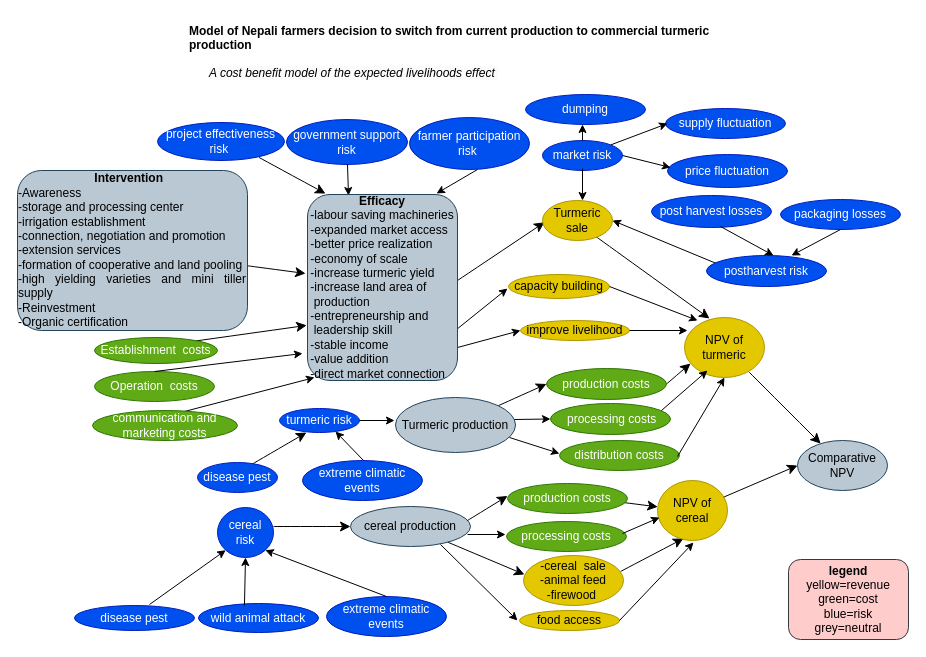
Before: Updated Diagram.drawio in AditiBista/nepal_turmeric, a draw.io diagram. Source tidied: cells renumbered, new cells numbered last; positions are measured from the earlier drawing's top-left corner, leaving out a move shared by most shapes. Both pictures are drawn from the tidied source at 100%, with x=0, y=0 at pixel (17, 17).
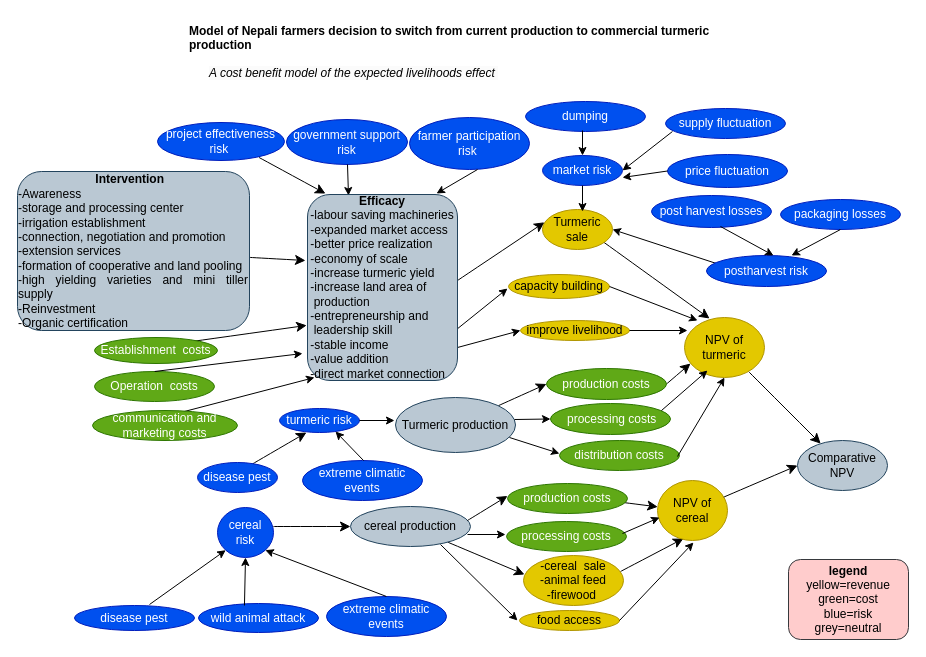
The same page after the edit.

Unchanged cells that the change refers to:
```xml
<mxCell id="80" value="price fluctuation" style="ellipse;whiteSpace=wrap;html=1;fillColor=#0050ef;fontColor=#ffffff;strokeColor=#001DBC;" parent="1" vertex="1">
  <mxGeometry x="650" y="137" width="120" height="33" as="geometry" />
</mxCell>
<mxCell id="81" value="supply fluctuation" style="ellipse;whiteSpace=wrap;html=1;fillColor=#0050ef;fontColor=#ffffff;strokeColor=#001DBC;" parent="1" vertex="1">
  <mxGeometry x="648" y="91" width="120" height="30" as="geometry" />
</mxCell>
```

Diff of the diagram source:
```diff
@@
-    <mxCell id="11" style="edgeStyle=none;curved=1;rounded=0;jettySize=auto;html=1;fontSize=12;startSize=8;endSize=8;entryX=-0.012;entryY=0.456;entryDx=0;entryDy=0;strokeWidth=1;entryPerimeter=0;" parent="1" edge="1" source="47">
+    <mxCell id="11" style="edgeStyle=none;curved=1;rounded=0;jettySize=auto;html=1;fontSize=12;startSize=8;endSize=8;strokeWidth=1;" parent="1" edge="1" source="47">
       <mxGeometry relative="1" as="geometry">
-        <mxPoint x="288.1" y="256" as="targetPoint" />
+        <mxPoint x="288" y="243" as="targetPoint" />
       </mxGeometry>
     </mxCell>
@@
     <mxCell id="18" value="&lt;font style=&quot;font-size: 12px;&quot;&gt;Turmeric sale&lt;/font&gt;" style="ellipse;whiteSpace=wrap;html=1;fontSize=12;strokeWidth=1;labelBackgroundColor=none;fillColor=#e3c800;fontColor=#000000;strokeColor=#B09500;" parent="1" vertex="1">
-      <mxGeometry x="525" y="183" width="70" height="40" as="geometry" />
+      <mxGeometry x="525" y="192" width="70" height="40" as="geometry" />
     </mxCell>
@@
     <mxCell id="47" value="&lt;b&gt;Intervention&amp;nbsp;&amp;nbsp;&lt;/b&gt;&lt;br&gt;&lt;div style=&quot;text-align: justify;&quot;&gt;-Awareness&lt;/div&gt;&lt;div style=&quot;text-align: justify;&quot;&gt;-storage and processing center&lt;/div&gt;&lt;div style=&quot;text-align: justify;&quot;&gt;-irrigation establishment&lt;/div&gt;&lt;div style=&quot;text-align: justify;&quot;&gt;-connection, negotiation and promotion&lt;/div&gt;&lt;div style=&quot;text-align: justify;&quot;&gt;-extension services&lt;/div&gt;&lt;div style=&quot;text-align: justify;&quot;&gt;-formation of cooperative and land pooling&amp;nbsp;&lt;/div&gt;&lt;div style=&quot;text-align: justify;&quot;&gt;-high yielding varieties and mini tiller supply&lt;/div&gt;&lt;div style=&quot;text-align: justify;&quot;&gt;-Reinvestment&lt;/div&gt;&lt;div style=&quot;text-align: justify;&quot;&gt;-Organic certification&lt;/div&gt;" style="rounded=1;whiteSpace=wrap;html=1;fillColor=#bac8d3;strokeColor=#23445d;" parent="1" vertex="1">
-      <mxGeometry y="153" width="230" height="160" as="geometry" />
+      <mxGeometry y="154" width="232" height="159" as="geometry" />
     </mxCell>
     <mxCell id="48" value="market risk" style="ellipse;whiteSpace=wrap;html=1;labelBackgroundColor=none;fillColor=#0050ef;fontColor=#ffffff;strokeColor=#001DBC;" parent="1" vertex="1">
-      <mxGeometry x="525" y="123" width="80" height="30" as="geometry" />
+      <mxGeometry x="525" y="138" width="80" height="30" as="geometry" />
     </mxCell>
-    <mxCell id="49" style="endArrow=classic;html=1;rounded=0;entryX=0.743;entryY=0.05;entryDx=0;entryDy=0;entryPerimeter=0;" parent="1" edge="1">
+    <mxCell id="49" style="endArrow=classic;html=1;rounded=0;entryX=0.743;entryY=0.05;entryDx=0;entryDy=0;entryPerimeter=0;exitX=0.5;exitY=1;exitDx=0;exitDy=0;" parent="1" edge="1" source="48">
       <mxGeometry relative="1" as="geometry">
-        <mxPoint x="565" y="151" as="sourcePoint" />
-        <mxPoint x="565" y="183" as="targetPoint" />
+        <mxPoint x="565" y="194" as="targetPoint" />
       </mxGeometry>
     </mxCell>
@@
     <mxCell id="79" value="dumping" style="ellipse;whiteSpace=wrap;html=1;fillColor=#0050ef;fontColor=#ffffff;strokeColor=#001DBC;" parent="1" vertex="1">
-      <mxGeometry x="508" y="77" width="120" height="30" as="geometry" />
+      <mxGeometry x="508" y="84" width="120" height="30" as="geometry" />
     </mxCell>
@@
-    <mxCell id="82" style="endArrow=classic;html=1;rounded=0;exitX=1;exitY=0;exitDx=0;exitDy=0;" parent="1" edge="1" source="48">
-      <mxGeometry relative="1" as="geometry">
-        <mxPoint x="650" y="106" as="targetPoint" />
-      </mxGeometry>
-    </mxCell>
-    <mxCell id="83" style="endArrow=classic;html=1;rounded=0;entryX=0.425;entryY=1;entryDx=0;entryDy=0;entryPerimeter=0;" parent="1" edge="1">
-      <mxGeometry relative="1" as="geometry">
-        <mxPoint x="565" y="123" as="sourcePoint" />
-        <mxPoint x="565" y="107" as="targetPoint" />
-      </mxGeometry>
-    </mxCell>
-    <mxCell id="84" style="endArrow=classic;html=1;rounded=0;" parent="1" edge="1">
-      <mxGeometry relative="1" as="geometry">
-        <mxPoint x="605" y="138" as="sourcePoint" />
-        <mxPoint x="653" y="150" as="targetPoint" />
-      </mxGeometry>
-    </mxCell>
@@
+    <mxCell id="86" style="endArrow=classic;html=1;rounded=0;exitX=0.058;exitY=0.767;exitDx=0;exitDy=0;exitPerimeter=0;entryX=1;entryY=0.5;entryDx=0;entryDy=0;" parent="1" edge="1" source="81" target="48">
+      <mxGeometry relative="1" as="geometry" />
+    </mxCell>
+    <mxCell id="87" style="endArrow=classic;html=1;rounded=0;exitX=0;exitY=0.5;exitDx=0;exitDy=0;entryX=1;entryY=0.733;entryDx=0;entryDy=0;entryPerimeter=0;" parent="1" edge="1" source="80" target="48">
+      <mxGeometry relative="1" as="geometry" />
+    </mxCell>
+    <mxCell id="88" style="endArrow=classic;html=1;rounded=0;entryX=0.5;entryY=0;entryDx=0;entryDy=0;" parent="1" edge="1" target="48">
+      <mxGeometry relative="1" as="geometry">
+        <mxPoint x="565" y="113" as="sourcePoint" />
+      </mxGeometry>
+    </mxCell>
```
